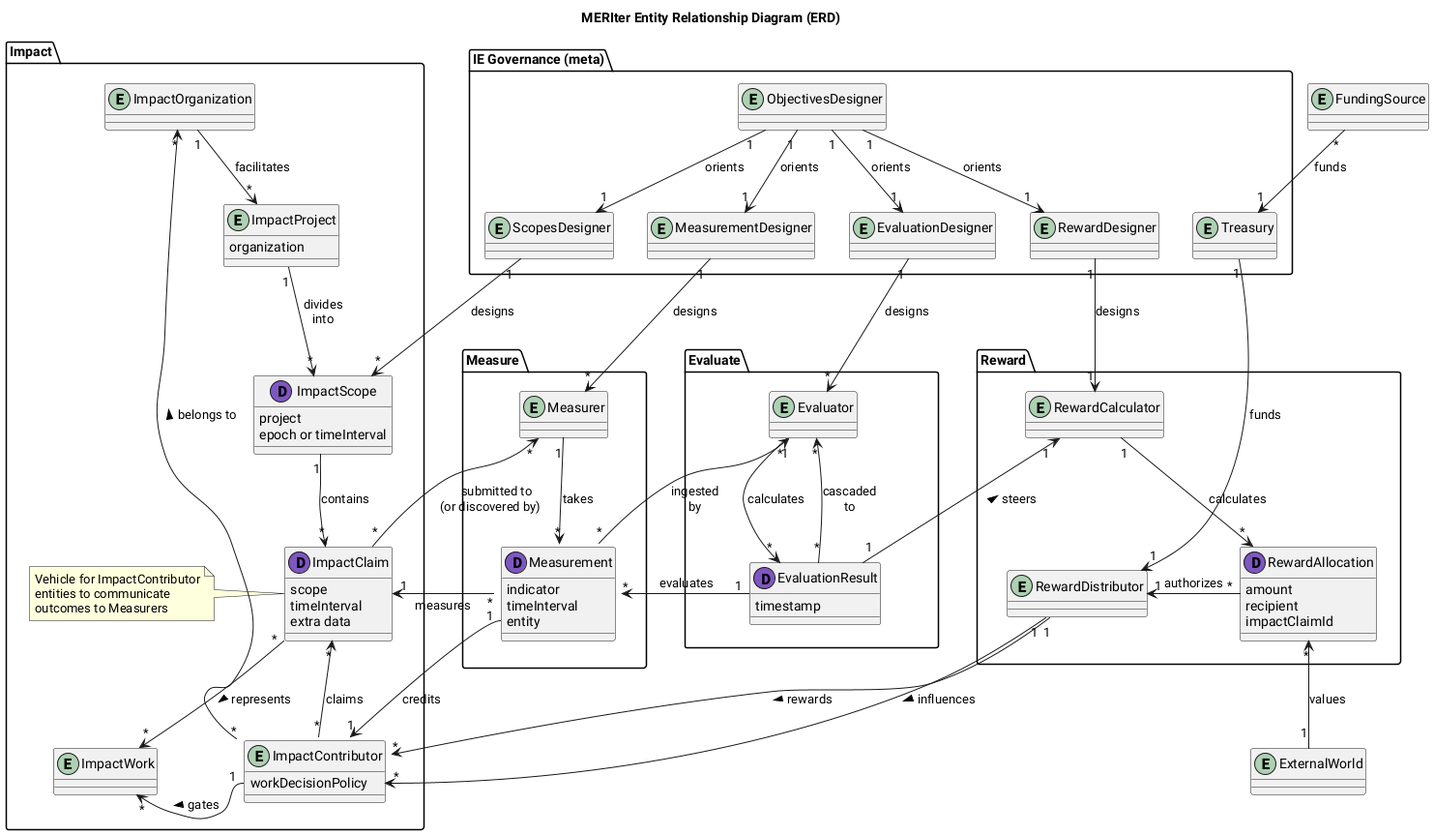
Above: ERD.png in aspiers/ImpactEvaluators (PlantUML), before the change.
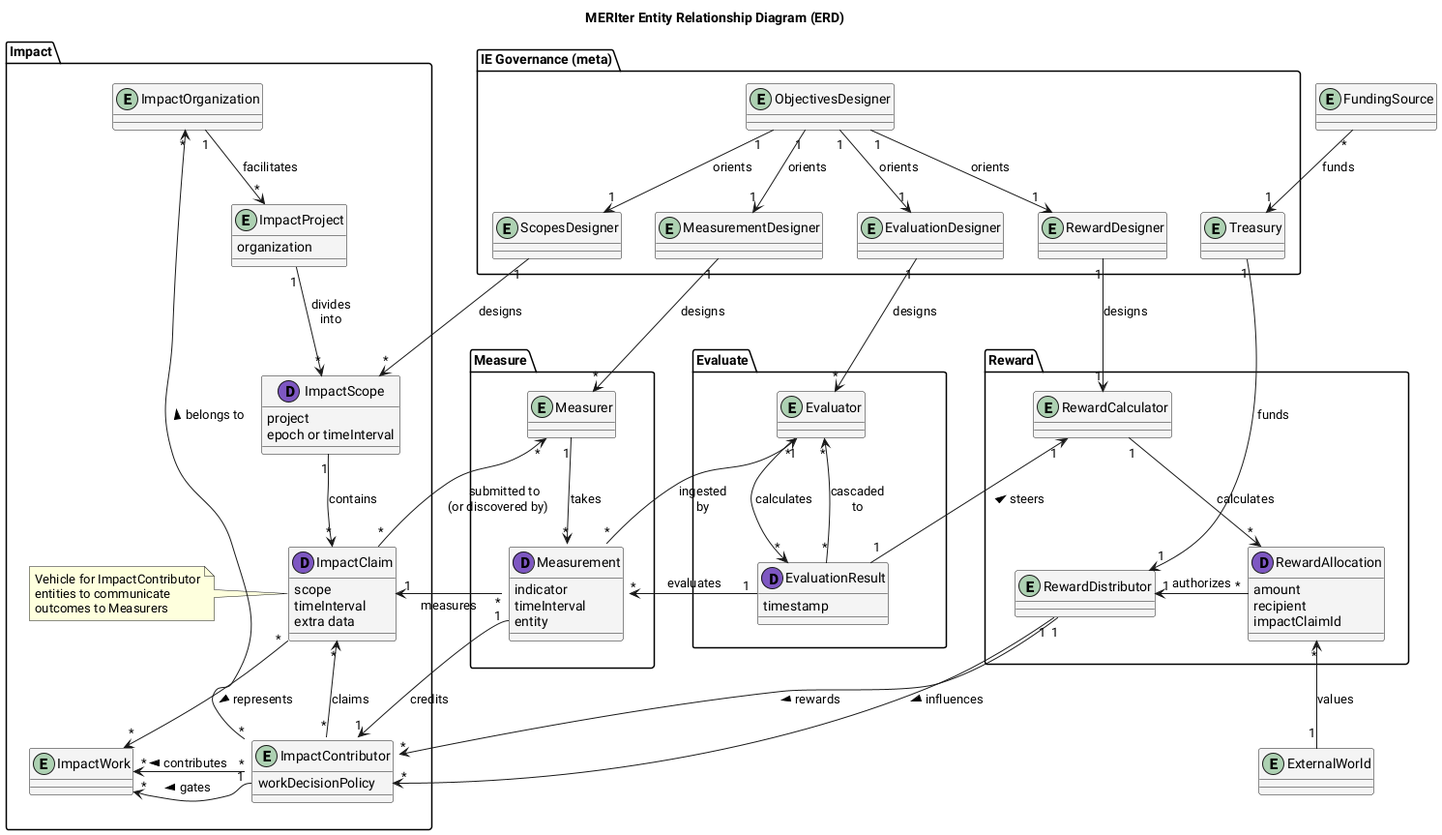
After the change.

Commit message:
place blob fills behind diagram shapes

Diff of the diagram source:
```diff
@@ -3,7 +3,10 @@
 
 <style>
 classDiagram {
-    class, arrow, entity, note, spotClass, spotAbstractClass, spotEntity, spotNote, spotArrow {
+    class {
+        BackgroundColor #55555511
+    }
+    class, arrow, entity, note {
     }
 }
 spot {
@@ -61,6 +64,7 @@
     ImpactProject "1" -d-> "*" ImpactScope : divides\ninto
     ImpactScope "1" -d-> "*" ImpactClaim : contains
     ImpactContributor "*" -u-> "*" ImpactClaim : claims
+    ImpactContributor "*" --> "*" ImpactWork : > contributes
     ImpactContributor::workDecisionPolicy "1" -l-> "*" ImpactWork : > gates
     ImpactClaim "*" --> "*" ImpactWork : > represents
     ImpactContributor "*" -up--> "*" ImpactOrganization : > belongs to
@@ -120,7 +124,7 @@
 
 Measurement "*" --> "*" Evaluator : "ingested     \nby     "
 EvaluationResult "1" --> "1" RewardCalculator : steers >
-RewardDistributor "1" --> "*" ImpactContributor : > rewards
+RewardDistributor "1" ---> "*" ImpactContributor : > rewards
 RewardDistributor "1" ---> "*" ImpactContributor::workDecisionPolicy : > influences
 
 entity ExternalWorld
```
